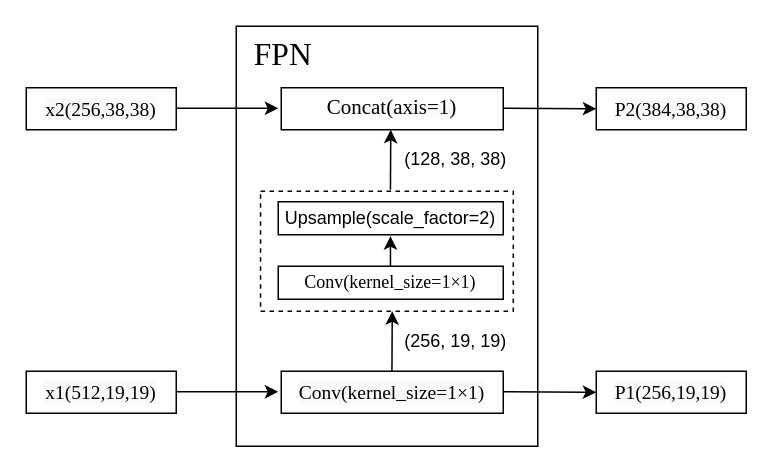
Above: yolo4-tiny_fpn.drawio in zjie134/blog_pic (draw.io), before the change. Source tidied: cells renumbered, new cells numbered last; positions are measured from the earlier drawing's top-left corner, leaving out a move shared by most shapes. Both pictures are drawn from the tidied source at 150%, with x=0, y=0 at pixel (26, 26).
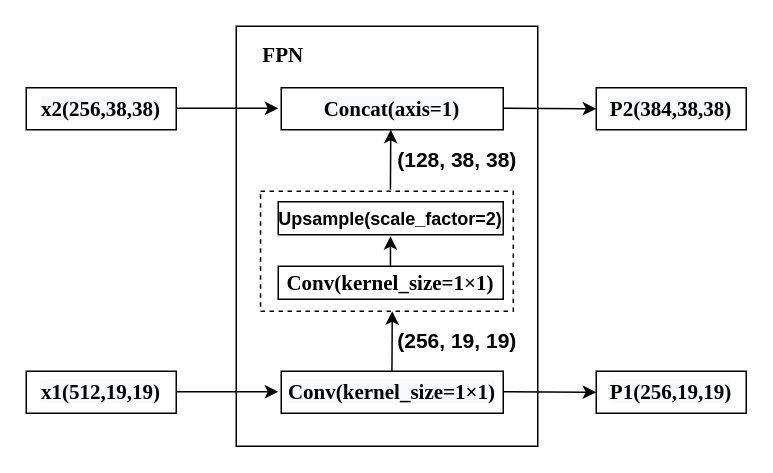
Above is the later version.

Change to the diagram source:
```diff
@@
-    <mxCell id="2" style="rounded=0;whiteSpace=wrap;html=1;strokeWidth=1;fontSize=7;" parent="1" vertex="1">
+    <mxCell id="2" style="rounded=0;whiteSpace=wrap;html=1;strokeWidth=1;fontSize=14;fontStyle=1;" parent="1" vertex="1">
       <mxGeometry x="140" width="201" height="280" as="geometry" />
     </mxCell>
-    <mxCell id="3" value="&lt;span style=&quot;color: rgb(0 , 0 , 0) ; font-style: normal ; letter-spacing: normal ; text-align: center ; text-indent: 0px ; text-transform: none ; word-spacing: 0px ; background-color: rgb(248 , 249 , 250) ; display: inline ; float: none ; font-size: 13px&quot;&gt;&lt;font style=&quot;font-size: 13px&quot; face=&quot;Times New Roman&quot;&gt;Conv(kernel_size=1×1)&lt;/font&gt;&lt;/span&gt;" style="rounded=0;whiteSpace=wrap;html=1;strokeWidth=1;fontSize=7;" parent="1" vertex="1">
+    <mxCell id="3" value="&lt;span style=&quot;color: rgb(0, 0, 0); font-style: normal; letter-spacing: normal; text-align: center; text-indent: 0px; text-transform: none; word-spacing: 0px; background-color: rgb(248, 249, 250); display: inline; float: none; font-size: 14px;&quot;&gt;&lt;font style=&quot;font-size: 14px;&quot; face=&quot;Times New Roman&quot;&gt;Conv(kernel_size=1×1)&lt;/font&gt;&lt;/span&gt;" style="rounded=0;whiteSpace=wrap;html=1;strokeWidth=1;fontSize=14;fontStyle=1;" parent="1" vertex="1">
       <mxGeometry x="170" y="230" width="148" height="28" as="geometry" />
     </mxCell>
-    <mxCell id="4" value="&lt;span style=&quot;color: rgb(0 , 0 , 0) ; font-style: normal ; letter-spacing: normal ; text-align: center ; text-indent: 0px ; text-transform: none ; word-spacing: 0px ; background-color: rgb(248 , 249 , 250) ; display: inline ; float: none&quot;&gt;&lt;font style=&quot;font-size: 14px&quot; face=&quot;Times New Roman&quot;&gt;Concat(axis=1)&lt;/font&gt;&lt;/span&gt;" style="rounded=0;whiteSpace=wrap;html=1;strokeWidth=1;fontSize=7;" parent="1" vertex="1">
+    <mxCell id="4" value="&lt;span style=&quot;color: rgb(0, 0, 0); font-style: normal; letter-spacing: normal; text-align: center; text-indent: 0px; text-transform: none; word-spacing: 0px; background-color: rgb(248, 249, 250); display: inline; float: none; font-size: 14px;&quot;&gt;&lt;font style=&quot;font-size: 14px;&quot; face=&quot;Times New Roman&quot;&gt;Concat(axis=1)&lt;/font&gt;&lt;/span&gt;" style="rounded=0;whiteSpace=wrap;html=1;strokeWidth=1;fontSize=14;fontStyle=1;" parent="1" vertex="1">
       <mxGeometry x="170" y="41" width="148" height="28" as="geometry" />
     </mxCell>
-    <mxCell id="5" value="&lt;font style=&quot;font-size: 21px&quot; face=&quot;Times New Roman&quot;&gt;FPN&lt;/font&gt;" style="text;html=1;align=center;verticalAlign=middle;fillColor=none;strokeColor=none;rounded=0;fontSize=7;" parent="1" vertex="1">
-      <mxGeometry x="146" y="9" width="50" height="20" as="geometry" />
+    <mxCell id="5" value="&lt;font style=&quot;font-size: 14px;&quot; face=&quot;Times New Roman&quot;&gt;FPN&lt;/font&gt;" style="text;html=1;align=center;verticalAlign=middle;fillColor=none;strokeColor=none;rounded=0;fontSize=14;fontStyle=1;" parent="1" vertex="1">
+      <mxGeometry x="151" y="9" width="40" height="20" as="geometry" />
     </mxCell>
-    <mxCell id="6" value="(128, 38, 38)" style="text;html=1;align=center;verticalAlign=middle;fillColor=none;strokeColor=none;rounded=0;" parent="1" vertex="1">
-      <mxGeometry x="247.8" y="80" width="77" height="18" as="geometry" />
+    <mxCell id="6" value="(128, 38, 38)" style="text;html=1;align=center;verticalAlign=middle;fillColor=none;strokeColor=none;rounded=0;fontStyle=1;fontSize=14;" parent="1" vertex="1">
+      <mxGeometry x="241.8" y="79" width="90" height="20" as="geometry" />
     </mxCell>
-    <mxCell id="7" value="(256, 19, 19)" style="text;html=1;align=center;verticalAlign=middle;fillColor=none;strokeColor=none;rounded=0;" parent="1" vertex="1">
-      <mxGeometry x="247.8" y="201" width="77" height="18" as="geometry" />
+    <mxCell id="7" value="(256, 19, 19)" style="text;html=1;align=center;verticalAlign=middle;fillColor=none;strokeColor=none;rounded=0;fontStyle=1;fontSize=14;" parent="1" vertex="1">
+      <mxGeometry x="241.8" y="200" width="90" height="20" as="geometry" />
     </mxCell>
-    <mxCell id="8" style="endArrow=classic;html=1;" parent="1" edge="1">
+    <mxCell id="8" style="endArrow=classic;html=1;fontStyle=1;fontSize=14;" parent="1" edge="1">
       <mxGeometry relative="1" as="geometry">
         <mxPoint x="88.5" y="54.7" as="sourcePoint" />
         <mxPoint x="168" y="54.7" as="targetPoint" />
       </mxGeometry>
     </mxCell>
-    <mxCell id="9" style="endArrow=classic;html=1;" parent="1" edge="1">
+    <mxCell id="9" style="endArrow=classic;html=1;fontStyle=1;fontSize=14;" parent="1" edge="1">
       <mxGeometry relative="1" as="geometry">
         <mxPoint x="88.5" y="243.7" as="sourcePoint" />
         <mxPoint x="168" y="243.7" as="targetPoint" />
       </mxGeometry>
     </mxCell>
-    <mxCell id="10" style="rounded=0;whiteSpace=wrap;html=1;dashed=1;" parent="1" vertex="1">
+    <mxCell id="10" style="rounded=0;whiteSpace=wrap;html=1;dashed=1;fontStyle=1;fontSize=14;" parent="1" vertex="1">
       <mxGeometry x="156.2" y="110" width="168.5" height="80" as="geometry" />
     </mxCell>
-    <mxCell id="11" value="&lt;font style=&quot;font-size: 12px&quot;&gt;Upsample(scale_factor=2)&lt;/font&gt;" style="rounded=0;whiteSpace=wrap;html=1;strokeWidth=1;fontSize=7;" parent="1" vertex="1">
+    <mxCell id="11" value="&lt;font style=&quot;font-size: 12px&quot;&gt;Upsample(scale_factor=2)&lt;/font&gt;" style="rounded=0;whiteSpace=wrap;html=1;strokeWidth=1;fontSize=14;fontStyle=1;" parent="1" vertex="1">
       <mxGeometry x="168" y="117" width="150" height="22" as="geometry" />
     </mxCell>
-    <mxCell id="12" value="&lt;span style=&quot;font-family: &amp;#34;times new roman&amp;#34;&quot;&gt;&lt;font style=&quot;font-size: 12px&quot;&gt;Conv(kernel_size=1×1)&lt;/font&gt;&lt;/span&gt;" style="rounded=0;whiteSpace=wrap;html=1;strokeWidth=1;fontSize=7;" parent="1" vertex="1">
+    <mxCell id="12" value="&lt;span style=&quot;font-family: &amp;quot;times new roman&amp;quot;; font-size: 14px;&quot;&gt;&lt;font style=&quot;font-size: 14px;&quot;&gt;Conv(kernel_size=1×1)&lt;/font&gt;&lt;/span&gt;" style="rounded=0;whiteSpace=wrap;html=1;strokeWidth=1;fontSize=14;fontStyle=1;" parent="1" vertex="1">
       <mxGeometry x="168" y="160" width="150" height="22" as="geometry" />
     </mxCell>
-    <mxCell id="13" style="endArrow=classic;html=1;" parent="1" edge="1">
+    <mxCell id="13" style="endArrow=classic;html=1;fontStyle=1;fontSize=14;" parent="1" edge="1">
       <mxGeometry relative="1" as="geometry">
         <mxPoint x="242.8" y="160" as="sourcePoint" />
         <mxPoint x="242.8" y="140" as="targetPoint" />
       </mxGeometry>
     </mxCell>
-    <mxCell id="14" style="endArrow=classic;html=1;" parent="1" edge="1">
+    <mxCell id="14" style="endArrow=classic;html=1;fontStyle=1;fontSize=14;" parent="1" edge="1">
       <mxGeometry relative="1" as="geometry">
         <mxPoint x="243.8" y="230" as="sourcePoint" />
         <mxPoint x="244" y="190" as="targetPoint" />
       </mxGeometry>
     </mxCell>
-    <mxCell id="15" style="endArrow=classic;html=1;" parent="1" edge="1">
+    <mxCell id="15" style="endArrow=classic;html=1;fontStyle=1;fontSize=14;" parent="1" edge="1">
       <mxGeometry relative="1" as="geometry">
         <mxPoint x="242.8" y="109" as="sourcePoint" />
         <mxPoint x="243" y="69" as="targetPoint" />
       </mxGeometry>
     </mxCell>
-    <mxCell id="16" value="&lt;span style=&quot;color: rgb(0 , 0 , 0) ; font-style: normal ; letter-spacing: normal ; text-align: center ; text-indent: 0px ; text-transform: none ; word-spacing: 0px ; background-color: rgb(248 , 249 , 250) ; display: inline ; float: none ; font-size: 13px&quot;&gt;&lt;font style=&quot;font-size: 13px&quot; face=&quot;Times New Roman&quot;&gt;x1(512,19,19)&lt;/font&gt;&lt;/span&gt;" style="rounded=0;whiteSpace=wrap;html=1;strokeWidth=1;fontSize=7;" parent="1" vertex="1">
+    <mxCell id="16" value="&lt;span style=&quot;color: rgb(0, 0, 0); font-style: normal; letter-spacing: normal; text-align: center; text-indent: 0px; text-transform: none; word-spacing: 0px; background-color: rgb(248, 249, 250); display: inline; float: none; font-size: 14px;&quot;&gt;&lt;font style=&quot;font-size: 14px;&quot; face=&quot;Times New Roman&quot;&gt;x1(512,19,19)&lt;/font&gt;&lt;/span&gt;" style="rounded=0;whiteSpace=wrap;html=1;strokeWidth=1;fontSize=14;fontStyle=1;" parent="1" vertex="1">
       <mxGeometry y="230" width="100" height="28" as="geometry" />
     </mxCell>
-    <mxCell id="17" value="&lt;span style=&quot;color: rgb(0 , 0 , 0) ; font-style: normal ; letter-spacing: normal ; text-align: center ; text-indent: 0px ; text-transform: none ; word-spacing: 0px ; background-color: rgb(248 , 249 , 250) ; display: inline ; float: none ; font-size: 13px&quot;&gt;&lt;font style=&quot;font-size: 13px&quot; face=&quot;Times New Roman&quot;&gt;x2(256,38,38)&lt;/font&gt;&lt;/span&gt;" style="rounded=0;whiteSpace=wrap;html=1;strokeWidth=1;fontSize=7;" parent="1" vertex="1">
+    <mxCell id="17" value="&lt;span style=&quot;color: rgb(0, 0, 0); font-style: normal; letter-spacing: normal; text-align: center; text-indent: 0px; text-transform: none; word-spacing: 0px; background-color: rgb(248, 249, 250); display: inline; float: none; font-size: 14px;&quot;&gt;&lt;font style=&quot;font-size: 14px;&quot; face=&quot;Times New Roman&quot;&gt;x2(256,38,38)&lt;/font&gt;&lt;/span&gt;" style="rounded=0;whiteSpace=wrap;html=1;strokeWidth=1;fontSize=14;fontStyle=1;" parent="1" vertex="1">
       <mxGeometry y="41" width="100" height="28" as="geometry" />
     </mxCell>
-    <mxCell id="18" style="endArrow=classic;html=1;" parent="1" edge="1">
+    <mxCell id="18" style="endArrow=classic;html=1;fontStyle=1;fontSize=14;" parent="1" edge="1">
       <mxGeometry relative="1" as="geometry">
         <mxPoint x="318" y="54.7" as="sourcePoint" />
         <mxPoint x="380" y="55" as="targetPoint" />
       </mxGeometry>
     </mxCell>
-    <mxCell id="19" style="endArrow=classic;html=1;" parent="1" edge="1">
+    <mxCell id="19" style="endArrow=classic;html=1;fontStyle=1;fontSize=14;" parent="1" edge="1">
       <mxGeometry relative="1" as="geometry">
         <mxPoint x="318" y="243.7" as="sourcePoint" />
         <mxPoint x="380" y="244" as="targetPoint" />
       </mxGeometry>
     </mxCell>
-    <mxCell id="20" value="&lt;span style=&quot;color: rgb(0 , 0 , 0) ; font-style: normal ; letter-spacing: normal ; text-align: center ; text-indent: 0px ; text-transform: none ; word-spacing: 0px ; background-color: rgb(248 , 249 , 250) ; display: inline ; float: none ; font-size: 13px&quot;&gt;&lt;font style=&quot;font-size: 13px&quot; face=&quot;Times New Roman&quot;&gt;P1(256,19,19)&lt;/font&gt;&lt;/span&gt;" style="rounded=0;whiteSpace=wrap;html=1;strokeWidth=1;fontSize=7;" parent="1" vertex="1">
+    <mxCell id="20" value="&lt;span style=&quot;color: rgb(0, 0, 0); font-style: normal; letter-spacing: normal; text-align: center; text-indent: 0px; text-transform: none; word-spacing: 0px; background-color: rgb(248, 249, 250); display: inline; float: none; font-size: 14px;&quot;&gt;&lt;font style=&quot;font-size: 14px;&quot; face=&quot;Times New Roman&quot;&gt;P1(256,19,19)&lt;/font&gt;&lt;/span&gt;" style="rounded=0;whiteSpace=wrap;html=1;strokeWidth=1;fontSize=14;fontStyle=1;" parent="1" vertex="1">
       <mxGeometry x="380" y="230" width="100" height="28" as="geometry" />
     </mxCell>
-    <mxCell id="21" value="&lt;span style=&quot;color: rgb(0 , 0 , 0) ; font-style: normal ; letter-spacing: normal ; text-align: center ; text-indent: 0px ; text-transform: none ; word-spacing: 0px ; background-color: rgb(248 , 249 , 250) ; display: inline ; float: none ; font-size: 13px&quot;&gt;&lt;font style=&quot;font-size: 13px&quot; face=&quot;Times New Roman&quot;&gt;P2(384,38,38)&lt;/font&gt;&lt;/span&gt;" style="rounded=0;whiteSpace=wrap;html=1;strokeWidth=1;fontSize=7;" parent="1" vertex="1">
+    <mxCell id="21" value="&lt;span style=&quot;color: rgb(0, 0, 0); font-style: normal; letter-spacing: normal; text-align: center; text-indent: 0px; text-transform: none; word-spacing: 0px; background-color: rgb(248, 249, 250); display: inline; float: none; font-size: 14px;&quot;&gt;&lt;font style=&quot;font-size: 14px;&quot; face=&quot;Times New Roman&quot;&gt;P2(384,38,38)&lt;/font&gt;&lt;/span&gt;" style="rounded=0;whiteSpace=wrap;html=1;strokeWidth=1;fontSize=14;fontStyle=1;" parent="1" vertex="1">
       <mxGeometry x="380" y="41" width="100" height="28" as="geometry" />
     </mxCell>
```
